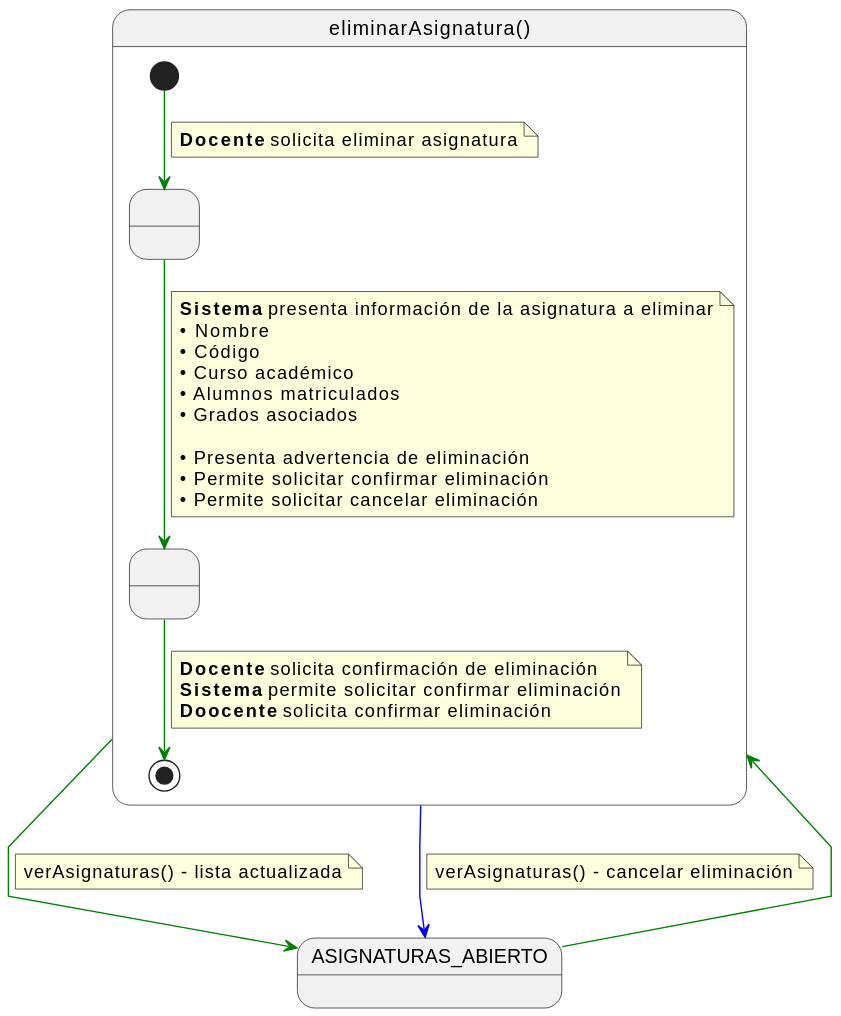
Above: documents/casos-de-uso/detalladoCasosDeUso/eliminarAsignatura/eliminarAsignatura.svg in martinlopez7/25-26-IdSw1-SdR (PlantUML), before the change.
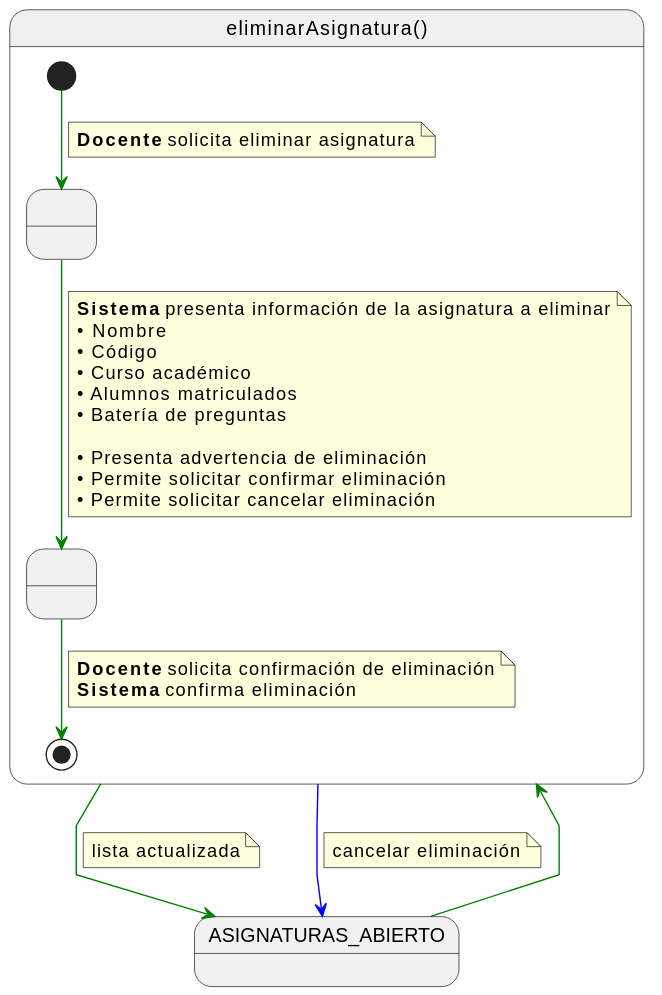
The same diagram one commit later.

The edit, as a diff of the source:
```diff
@@ -18,7 +18,7 @@
     • Código
     • Curso académico
     • Alumnos matriculados
-    • Grados asociados
+    • Batería de preguntas
 
     • Presenta advertencia de eliminación
     • Permite solicitar confirmar eliminación
@@ -28,8 +28,7 @@
     EliminandoAsignatura -[#green]-> [*]
     note on link
     <b>Docente</b> solicita confirmación de eliminación
-    <b>Sistema</b> permite solicitar confirmar eliminación
-    <b>Doocente</b> solicita confirmar eliminación
+    <b>Sistema</b> confirma eliminación
     end note
 }
 
@@ -37,11 +36,11 @@
 
 eliminarAsignatura -[#green]-> ASIGNATURAS_ABIERTO
 note on link
-verAsignaturas() - lista actualizada
+lista actualizada
 end note
 
 eliminarAsignatura -[#blue]-> ASIGNATURAS_ABIERTO
 note on link
-verAsignaturas() - cancelar eliminación
+cancelar eliminación
 end note
 @enduml
```
